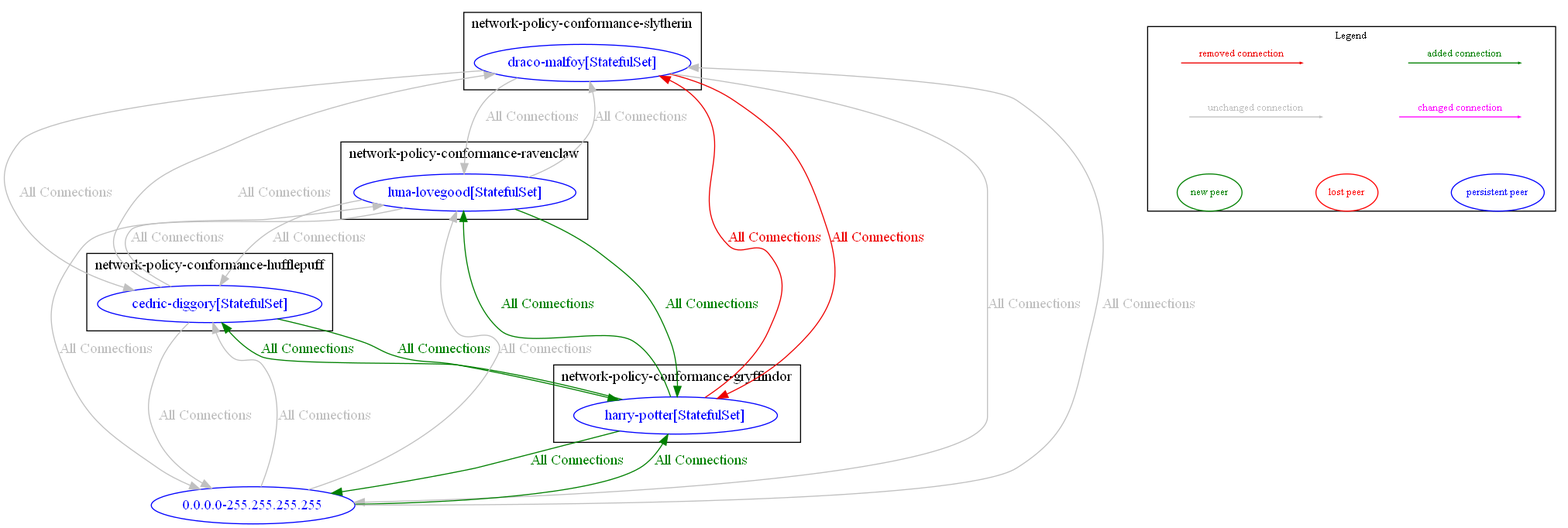
The Graphviz diagram test_outputs/diff/diff_between_anp_banp_core_test_and_anp_np_banp_core_test.dot.png in np-guard/netpol-analyzer, before a commit. Its source is kept beside it as test_outputs/diff/diff_between_anp_banp_core_test_and_anp_np_banp_core_test.dot.
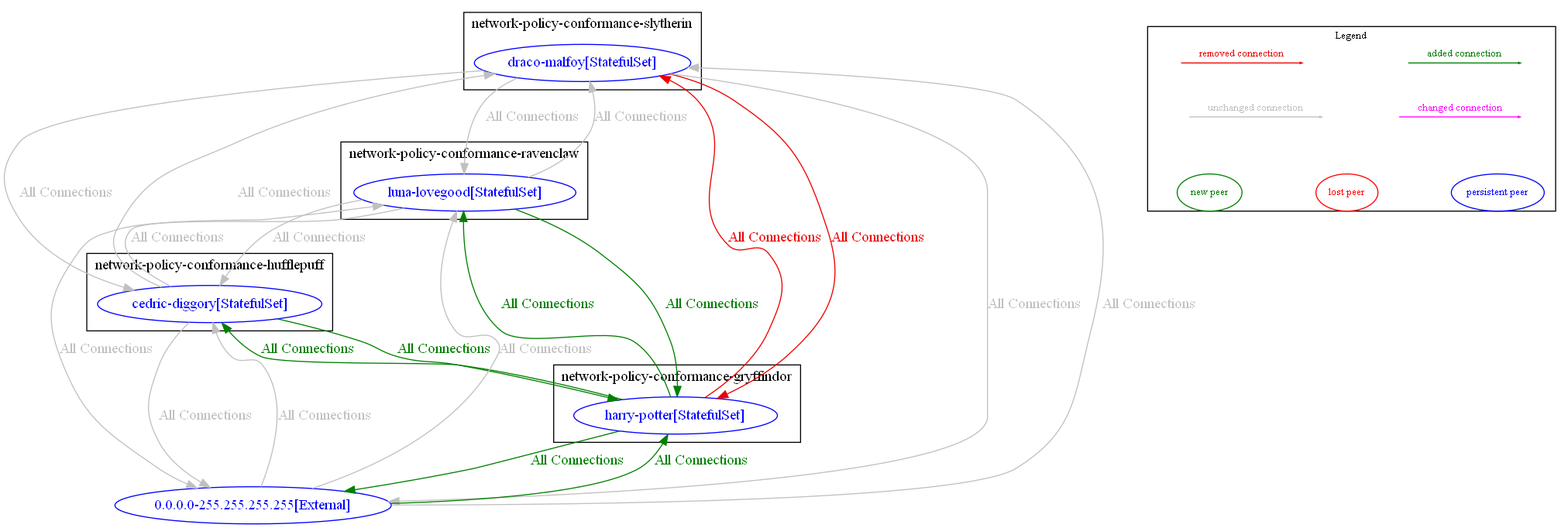
Later version of the same file.

Diff of the diagram source:
```diff
@@ -23,24 +23,24 @@
 		"network-policy-conformance-slytherin/draco-malfoy[StatefulSet]" [label="draco-malfoy[StatefulSet]" color="blue" fontcolor="blue"]
 		label="network-policy-conformance-slytherin"
 	}
-	"0.0.0.0-255.255.255.255" [label="0.0.0.0-255.255.255.255" color="blue" fontcolor="blue"]
-	"0.0.0.0-255.255.255.255" -> "network-policy-conformance-gryffindor/harry-potter[StatefulSet]" [label="All Connections" color="#008000" fontcolor="#008000" weight=0.5]
-	"0.0.0.0-255.255.255.255" -> "network-policy-conformance-hufflepuff/cedric-diggory[StatefulSet]" [label="All Connections" color="grey" fontcolor="grey" weight=0.5]
-	"0.0.0.0-255.255.255.255" -> "network-policy-conformance-ravenclaw/luna-lovegood[StatefulSet]" [label="All Connections" color="grey" fontcolor="grey" weight=0.5]
-	"0.0.0.0-255.255.255.255" -> "network-policy-conformance-slytherin/draco-malfoy[StatefulSet]" [label="All Connections" color="grey" fontcolor="grey" weight=0.5]
-	"network-policy-conformance-gryffindor/harry-potter[StatefulSet]" -> "0.0.0.0-255.255.255.255" [label="All Connections" color="#008000" fontcolor="#008000" weight=1]
+	"0.0.0.0-255.255.255.255[External]" [label="0.0.0.0-255.255.255.255[External]" color="blue" fontcolor="blue"]
+	"0.0.0.0-255.255.255.255[External]" -> "network-policy-conformance-gryffindor/harry-potter[StatefulSet]" [label="All Connections" color="#008000" fontcolor="#008000" weight=0.5]
+	"0.0.0.0-255.255.255.255[External]" -> "network-policy-conformance-hufflepuff/cedric-diggory[StatefulSet]" [label="All Connections" color="grey" fontcolor="grey" weight=0.5]
+	"0.0.0.0-255.255.255.255[External]" -> "network-policy-conformance-ravenclaw/luna-lovegood[StatefulSet]" [label="All Connections" color="grey" fontcolor="grey" weight=0.5]
+	"0.0.0.0-255.255.255.255[External]" -> "network-policy-conformance-slytherin/draco-malfoy[StatefulSet]" [label="All Connections" color="grey" fontcolor="grey" weight=0.5]
+	"network-policy-conformance-gryffindor/harry-potter[StatefulSet]" -> "0.0.0.0-255.255.255.255[External]" [label="All Connections" color="#008000" fontcolor="#008000" weight=1]
 	"network-policy-conformance-gryffindor/harry-potter[StatefulSet]" -> "network-policy-conformance-hufflepuff/cedric-diggory[StatefulSet]" [label="All Connections" color="#008000" fontcolor="#008000" weight=0.5]
 	"network-policy-conformance-gryffindor/harry-potter[StatefulSet]" -> "network-policy-conformance-ravenclaw/luna-lovegood[StatefulSet]" [label="All Connections" color="#008000" fontcolor="#008000" weight=0.5]
 	"network-policy-conformance-gryffindor/harry-potter[StatefulSet]" -> "network-policy-conformance-slytherin/draco-malfoy[StatefulSet]" [label="All Connections" color="red2" fontcolor="red2" weight=0.5]
-	"network-policy-conformance-hufflepuff/cedric-diggory[StatefulSet]" -> "0.0.0.0-255.255.255.255" [label="All Connections" color="grey" fontcolor="grey" weight=1]
+	"network-policy-conformance-hufflepuff/cedric-diggory[StatefulSet]" -> "0.0.0.0-255.255.255.255[External]" [label="All Connections" color="grey" fontcolor="grey" weight=1]
 	"network-policy-conformance-hufflepuff/cedric-diggory[StatefulSet]" -> "network-policy-conformance-gryffindor/harry-potter[StatefulSet]" [label="All Connections" color="#008000" fontcolor="#008000" weight=1]
 	"network-policy-conformance-hufflepuff/cedric-diggory[StatefulSet]" -> "network-policy-conformance-ravenclaw/luna-lovegood[StatefulSet]" [label="All Connections" color="grey" fontcolor="grey" weight=0.5]
 	"network-policy-conformance-hufflepuff/cedric-diggory[StatefulSet]" -> "network-policy-conformance-slytherin/draco-malfoy[StatefulSet]" [label="All Connections" color="grey" fontcolor="grey" weight=0.5]
-	"network-policy-conformance-ravenclaw/luna-lovegood[StatefulSet]" -> "0.0.0.0-255.255.255.255" [label="All Connections" color="grey" fontcolor="grey" weight=1]
+	"network-policy-conformance-ravenclaw/luna-lovegood[StatefulSet]" -> "0.0.0.0-255.255.255.255[External]" [label="All Connections" color="grey" fontcolor="grey" weight=1]
 	"network-policy-conformance-ravenclaw/luna-lovegood[StatefulSet]" -> "network-policy-conformance-gryffindor/harry-potter[StatefulSet]" [label="All Connections" color="#008000" fontcolor="#008000" weight=1]
 	"network-policy-conformance-ravenclaw/luna-lovegood[StatefulSet]" -> "network-policy-conformance-hufflepuff/cedric-diggory[StatefulSet]" [label="All Connections" color="grey" fontcolor="grey" weight=1]
 	"network-policy-conformance-ravenclaw/luna-lovegood[StatefulSet]" -> "network-policy-conformance-slytherin/draco-malfoy[StatefulSet]" [label="All Connections" color="grey" fontcolor="grey" weight=0.5]
-	"network-policy-conformance-slytherin/draco-malfoy[StatefulSet]" -> "0.0.0.0-255.255.255.255" [label="All Connections" color="grey" fontcolor="grey" weight=1]
+	"network-policy-conformance-slytherin/draco-malfoy[StatefulSet]" -> "0.0.0.0-255.255.255.255[External]" [label="All Connections" color="grey" fontcolor="grey" weight=1]
 	"network-policy-conformance-slytherin/draco-malfoy[StatefulSet]" -> "network-policy-conformance-gryffindor/harry-potter[StatefulSet]" [label="All Connections" color="red2" fontcolor="red2" weight=1]
 	"network-policy-conformance-slytherin/draco-malfoy[StatefulSet]" -> "network-policy-conformance-hufflepuff/cedric-diggory[StatefulSet]" [label="All Connections" color="grey" fontcolor="grey" weight=1]
 	"network-policy-conformance-slytherin/draco-malfoy[StatefulSet]" -> "network-policy-conformance-ravenclaw/luna-lovegood[StatefulSet]" [label="All Connections" color="grey" fontcolor="grey" weight=1]
```
